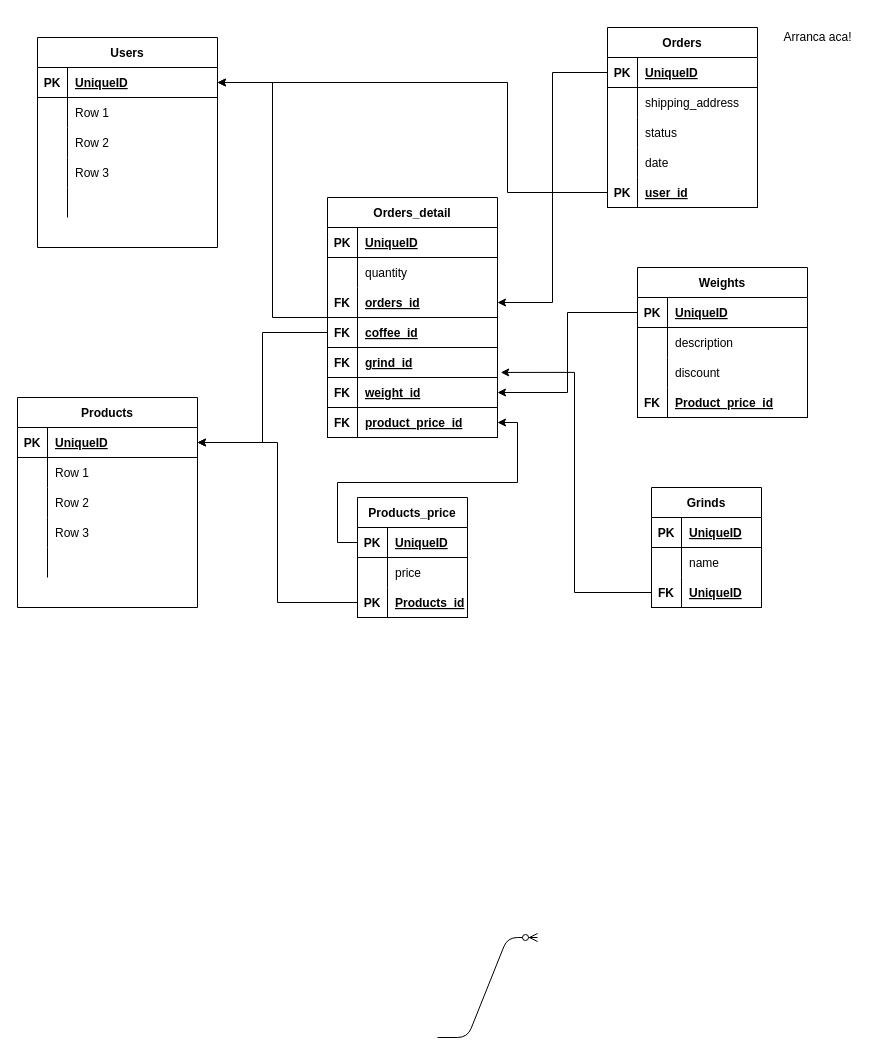
Before: Untitled Diagram.drawio in lcarpignano/grupo-9-devCoffee, a draw.io diagram. Source tidied: cells renumbered, new cells numbered last; positions are measured from the earlier drawing's top-left corner, leaving out a move shared by most shapes. Both pictures are drawn from the tidied source at 100%, with x=0, y=0 at pixel (17, 27).
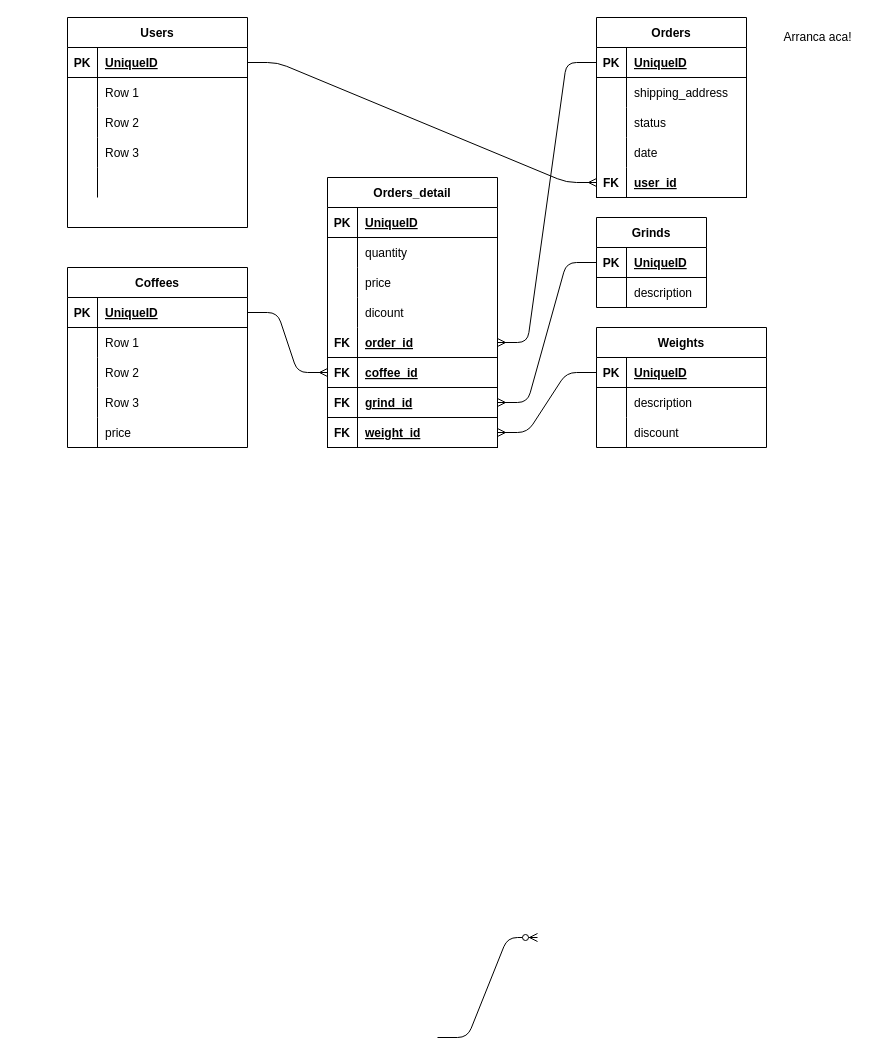
After the change.

Unchanged cells that the change refers to:
```xml
<mxCell id="3" style="shape=partialRectangle;fillColor=none;top=0;left=0;bottom=1;right=0;points=[[0,0.5],[1,0.5]];portConstraint=eastwest;" parent="2" vertex="1">
  <mxGeometry y="30" width="180" height="30" as="geometry" />
</mxCell>
<mxCell id="15" style="shape=partialRectangle;fillColor=none;top=0;left=0;bottom=0;right=0;" parent="2" vertex="1">
  <mxGeometry y="150" width="180" height="30" as="geometry" />
</mxCell>
<mxCell id="20" style="shape=partialRectangle;fillColor=none;top=0;left=0;bottom=1;right=0;points=[[0,0.5],[1,0.5]];portConstraint=eastwest;" parent="19" vertex="1">
  <mxGeometry y="30" width="170" height="30" as="geometry" />
</mxCell>
<mxCell id="33" style="shape=partialRectangle;fillColor=none;top=0;left=0;bottom=1;right=0;points=[[0,0.5],[1,0.5]];portConstraint=eastwest;" parent="32" vertex="1">
  <mxGeometry y="30" width="110" height="30" as="geometry" />
</mxCell>
<mxCell id="36" style="shape=partialRectangle;fillColor=none;top=0;left=0;bottom=0;right=0;" parent="32" vertex="1">
  <mxGeometry y="60" width="110" height="30" as="geometry" />
</mxCell>
<mxCell id="53" style="shape=partialRectangle;fillColor=none;top=0;left=0;bottom=1;right=0;points=[[0,0.5],[1,0.5]];portConstraint=eastwest;" parent="52" vertex="1">
  <mxGeometry y="30" width="180" height="30" as="geometry" />
</mxCell>
<mxCell id="69" style="shape=partialRectangle;fillColor=none;top=0;left=0;bottom=1;right=0;points=[[0,0.5],[1,0.5]];portConstraint=eastwest;" parent="68" vertex="1">
  <mxGeometry y="30" width="150" height="30" as="geometry" />
</mxCell>
<mxCell id="81" style="shape=partialRectangle;fillColor=none;top=0;left=0;bottom=1;right=0;points=[[0,0.5],[1,0.5]];portConstraint=eastwest;" parent="68" vertex="1">
  <mxGeometry y="150" width="150" height="30" as="geometry" />
</mxCell>
```

Diff of the diagram source:
```diff
@@
+    <mxCell id="111" style="edgeStyle=entityRelationEdgeStyle;fontSize=12;html=1;endArrow=ERmany;exitX=0;exitY=0.5;exitDx=0;exitDy=0;entryX=1;entryY=0.5;entryDx=0;entryDy=0;" parent="1" edge="1" source="20" target="105">
+      <mxGeometry relative="1" as="geometry" />
+    </mxCell>
-    <mxCell id="2" value="Products" style="shape=table;startSize=30;childLayout=tableLayout;rowLines=0;fontStyle=1;align=center;" parent="1" vertex="1">
-      <mxGeometry y="370" width="180" height="210" as="geometry" />
+    <mxCell id="2" value="Coffees" style="shape=table;startSize=30;childLayout=tableLayout;rowLines=0;fontStyle=1;align=center;" parent="1" vertex="1">
+      <mxGeometry x="50" y="240" width="180" height="180" as="geometry" />
     </mxCell>
@@
-    <mxCell id="16" style="shape=partialRectangle;fillColor=none;top=0;left=0;bottom=0;right=0;overflow=hidden;" parent="15" vertex="1">
-      <mxGeometry width="30" height="30" as="geometry" />
-    </mxCell>
-    <mxCell id="17" style="shape=partialRectangle;fillColor=none;top=0;left=0;bottom=0;right=0;align=left;spacingLeft=6;overflow=hidden;" parent="15" vertex="1">
-      <mxGeometry x="30" width="150" height="30" as="geometry" />
-    </mxCell>
+    <mxCell id="115" style="shape=partialRectangle;fillColor=none;top=0;left=0;bottom=0;right=0;overflow=hidden;" parent="15" vertex="1">
+      <mxGeometry width="30" height="30" as="geometry" />
+    </mxCell>
+    <mxCell id="116" value="price" style="shape=partialRectangle;fillColor=none;top=0;left=0;bottom=0;right=0;align=left;spacingLeft=6;overflow=hidden;" parent="15" vertex="1">
+      <mxGeometry x="30" width="150" height="30" as="geometry" />
+    </mxCell>
@@
     <mxCell id="19" value="Weights" style="shape=table;startSize=30;childLayout=tableLayout;rowLines=0;fontStyle=1;align=center;" parent="1" vertex="1">
-      <mxGeometry x="620" y="240" width="170" height="150" as="geometry" />
+      <mxGeometry x="579" y="300" width="170" height="120" as="geometry" />
     </mxCell>
@@
-    <mxCell id="29" style="shape=partialRectangle;fillColor=none;top=0;left=0;bottom=1;right=0;" parent="19" vertex="1">
-      <mxGeometry y="120" width="170" height="30" as="geometry" />
-    </mxCell>
-    <mxCell id="30" value="FK" style="shape=partialRectangle;fillColor=none;top=0;left=0;bottom=0;right=0;fontStyle=1;overflow=hidden;" parent="29" vertex="1">
-      <mxGeometry width="30" height="30" as="geometry" />
-    </mxCell>
-    <mxCell id="31" value="Product_price_id" style="shape=partialRectangle;fillColor=none;top=0;left=0;bottom=0;right=0;align=left;spacingLeft=6;fontStyle=5;overflow=hidden;" parent="29" vertex="1">
-      <mxGeometry x="30" width="140" height="30" as="geometry" />
-    </mxCell>
     <mxCell id="32" value="Grinds" style="shape=table;startSize=30;childLayout=tableLayout;rowLines=0;fontStyle=1;align=center;" parent="1" vertex="1">
-      <mxGeometry x="634" y="460" width="110" height="120" as="geometry" />
+      <mxGeometry x="579" y="190" width="110" height="90" as="geometry" />
     </mxCell>
@@
-    <mxCell id="38" value="name" style="shape=partialRectangle;fillColor=none;top=0;left=0;bottom=0;right=0;align=left;spacingLeft=6;overflow=hidden;" parent="36" vertex="1">
+    <mxCell id="38" value="description" style="shape=partialRectangle;fillColor=none;top=0;left=0;bottom=0;right=0;align=left;spacingLeft=6;overflow=hidden;" parent="36" vertex="1">
       <mxGeometry x="30" width="80" height="30" as="geometry" />
     </mxCell>
-    <mxCell id="39" style="shape=partialRectangle;fillColor=none;top=0;left=0;bottom=1;right=0;points=[[0,0.5],[1,0.5]];portConstraint=eastwest;" parent="32" vertex="1">
-      <mxGeometry y="90" width="110" height="30" as="geometry" />
-    </mxCell>
-    <mxCell id="40" value="FK" style="shape=partialRectangle;fillColor=none;top=0;left=0;bottom=0;right=0;fontStyle=1;overflow=hidden;" parent="39" vertex="1">
-      <mxGeometry width="30" height="30" as="geometry" />
-    </mxCell>
-    <mxCell id="41" value="UniqueID" style="shape=partialRectangle;fillColor=none;top=0;left=0;bottom=0;right=0;align=left;spacingLeft=6;fontStyle=5;overflow=hidden;" parent="39" vertex="1">
-      <mxGeometry x="30" width="80" height="30" as="geometry" />
-    </mxCell>
-    <mxCell id="42" value="Products_price" style="shape=table;startSize=30;childLayout=tableLayout;rowLines=0;fontStyle=1;align=center;" parent="1" vertex="1">
-      <mxGeometry x="340" y="470" width="110" height="120" as="geometry" />
-    </mxCell>
-    <mxCell id="43" style="shape=partialRectangle;fillColor=none;top=0;left=0;bottom=1;right=0;points=[[0,0.5],[1,0.5]];portConstraint=eastwest;" parent="42" vertex="1">
-      <mxGeometry y="30" width="110" height="30" as="geometry" />
-    </mxCell>
-    <mxCell id="44" value="PK" style="shape=partialRectangle;fillColor=none;top=0;left=0;bottom=0;right=0;fontStyle=1;overflow=hidden;" parent="43" vertex="1">
-      <mxGeometry width="30" height="30" as="geometry" />
-    </mxCell>
-    <mxCell id="45" value="UniqueID" style="shape=partialRectangle;fillColor=none;top=0;left=0;bottom=0;right=0;align=left;spacingLeft=6;fontStyle=5;overflow=hidden;" parent="43" vertex="1">
-      <mxGeometry x="30" width="80" height="30" as="geometry" />
-    </mxCell>
-    <mxCell id="46" style="shape=partialRectangle;fillColor=none;top=0;left=0;bottom=0;right=0;" parent="42" vertex="1">
-      <mxGeometry y="60" width="110" height="30" as="geometry" />
-    </mxCell>
-    <mxCell id="47" style="shape=partialRectangle;fillColor=none;top=0;left=0;bottom=0;right=0;overflow=hidden;" parent="46" vertex="1">
-      <mxGeometry width="30" height="30" as="geometry" />
-    </mxCell>
-    <mxCell id="48" value="price" style="shape=partialRectangle;fillColor=none;top=0;left=0;bottom=0;right=0;align=left;spacingLeft=6;overflow=hidden;" parent="46" vertex="1">
-      <mxGeometry x="30" width="80" height="30" as="geometry" />
-    </mxCell>
-    <mxCell id="49" style="shape=partialRectangle;fillColor=none;top=0;left=0;bottom=1;right=0;points=[[0,0.5],[1,0.5]];portConstraint=eastwest;" parent="42" vertex="1">
-      <mxGeometry y="90" width="110" height="30" as="geometry" />
-    </mxCell>
-    <mxCell id="50" value="PK" style="shape=partialRectangle;fillColor=none;top=0;left=0;bottom=0;right=0;fontStyle=1;overflow=hidden;" parent="49" vertex="1">
-      <mxGeometry width="30" height="30" as="geometry" />
-    </mxCell>
-    <mxCell id="51" value="Products_id" style="shape=partialRectangle;fillColor=none;top=0;left=0;bottom=0;right=0;align=left;spacingLeft=6;fontStyle=5;overflow=hidden;" parent="49" vertex="1">
-      <mxGeometry x="30" width="80" height="30" as="geometry" />
-    </mxCell>
     <mxCell id="52" value="Users" style="shape=table;startSize=30;childLayout=tableLayout;rowLines=0;fontStyle=1;align=center;" parent="1" vertex="1">
-      <mxGeometry x="20" y="10" width="180" height="210" as="geometry" />
+      <mxGeometry x="50" y="-10" width="180" height="210" as="geometry" />
     </mxCell>
@@
     <mxCell id="68" value="Orders" style="shape=table;startSize=30;childLayout=tableLayout;rowLines=0;fontStyle=1;align=center;" parent="1" vertex="1">
-      <mxGeometry x="590" width="150" height="180" as="geometry" />
+      <mxGeometry x="579" y="-10" width="150" height="180" as="geometry" />
     </mxCell>
@@
-    <mxCell id="82" value="PK" style="shape=partialRectangle;fillColor=none;top=0;left=0;bottom=0;right=0;fontStyle=1;overflow=hidden;" parent="81" vertex="1">
+    <mxCell id="82" value="FK" style="shape=partialRectangle;fillColor=none;top=0;left=0;bottom=0;right=0;fontStyle=1;overflow=hidden;" parent="81" vertex="1">
       <mxGeometry width="30" height="30" as="geometry" />
     </mxCell>
@@
-    <mxCell id="84" style="edgeStyle=orthogonalEdgeStyle;rounded=0;jettySize=auto;html=1;exitX=0;exitY=0.5;exitDx=0;exitDy=0;entryX=1;entryY=0.5;entryDx=0;entryDy=0;" parent="1" edge="1" source="89" target="53">
-      <mxGeometry relative="1" as="geometry" />
-    </mxCell>
-    <mxCell id="85" style="edgeStyle=orthogonalEdgeStyle;rounded=0;jettySize=auto;html=1;entryX=1;entryY=0.5;entryDx=0;entryDy=0;" parent="1" edge="1" source="99" target="3">
-      <mxGeometry relative="1" as="geometry" />
-    </mxCell>
-    <mxCell id="86" style="edgeStyle=orthogonalEdgeStyle;rounded=0;jettySize=auto;html=1;exitX=0;exitY=0.5;exitDx=0;exitDy=0;entryX=1;entryY=0.5;entryDx=0;entryDy=0;" parent="1" edge="1" source="49" target="3">
-      <mxGeometry relative="1" as="geometry" />
-    </mxCell>
-    <mxCell id="87" style="edgeStyle=orthogonalEdgeStyle;rounded=0;jettySize=auto;html=1;exitX=0;exitY=0.5;exitDx=0;exitDy=0;entryX=1.019;entryY=0.831;entryDx=0;entryDy=0;entryPerimeter=0;" parent="1" edge="1" source="39" target="102">
-      <mxGeometry relative="1" as="geometry" />
-    </mxCell>
-    <mxCell id="88" style="edgeStyle=orthogonalEdgeStyle;rounded=0;jettySize=auto;html=1;entryX=1;entryY=0.5;entryDx=0;entryDy=0;" parent="1" edge="1" source="43" target="108">
-      <mxGeometry relative="1" as="geometry" />
-    </mxCell>
     <mxCell id="89" value="Orders_detail" style="shape=table;startSize=30;childLayout=tableLayout;rowLines=0;fontStyle=1;align=center;" parent="1" vertex="1">
-      <mxGeometry x="310" y="170" width="170" height="240" as="geometry" />
+      <mxGeometry x="310" y="150" width="170" height="270" as="geometry" />
     </mxCell>
@@
+    <mxCell id="117" style="shape=partialRectangle;fillColor=none;top=0;left=0;bottom=0;right=0;" parent="89" vertex="1">
+      <mxGeometry y="90" width="170" height="30" as="geometry" />
+    </mxCell>
+    <mxCell id="118" style="shape=partialRectangle;fillColor=none;top=0;left=0;bottom=0;right=0;overflow=hidden;" parent="117" vertex="1">
+      <mxGeometry width="30" height="30" as="geometry" />
+    </mxCell>
+    <mxCell id="119" value="price" style="shape=partialRectangle;fillColor=none;top=0;left=0;bottom=0;right=0;align=left;spacingLeft=6;overflow=hidden;" parent="117" vertex="1">
+      <mxGeometry x="30" width="140" height="30" as="geometry" />
+    </mxCell>
+    <mxCell id="120" style="shape=partialRectangle;fillColor=none;top=0;left=0;bottom=0;right=0;" parent="89" vertex="1">
+      <mxGeometry y="120" width="170" height="30" as="geometry" />
+    </mxCell>
+    <mxCell id="121" style="shape=partialRectangle;fillColor=none;top=0;left=0;bottom=0;right=0;overflow=hidden;" parent="120" vertex="1">
+      <mxGeometry width="30" height="30" as="geometry" />
+    </mxCell>
+    <mxCell id="122" value="dicount" style="shape=partialRectangle;fillColor=none;top=0;left=0;bottom=0;right=0;align=left;spacingLeft=6;overflow=hidden;" parent="120" vertex="1">
+      <mxGeometry x="30" width="140" height="30" as="geometry" />
+    </mxCell>
     <mxCell id="96" style="shape=partialRectangle;fillColor=none;top=0;left=0;bottom=1;right=0;points=[[0,0.5],[1,0.5]];portConstraint=eastwest;" parent="89" vertex="1">
-      <mxGeometry y="90" width="170" height="30" as="geometry" />
+      <mxGeometry y="150" width="170" height="30" as="geometry" />
     </mxCell>
@@
-    <mxCell id="98" value="orders_id" style="shape=partialRectangle;fillColor=none;top=0;left=0;bottom=0;right=0;align=left;spacingLeft=6;fontStyle=5;overflow=hidden;" parent="96" vertex="1">
+    <mxCell id="98" value="order_id" style="shape=partialRectangle;fillColor=none;top=0;left=0;bottom=0;right=0;align=left;spacingLeft=6;fontStyle=5;overflow=hidden;" parent="96" vertex="1">
       <mxGeometry x="30" width="140" height="30" as="geometry" />
     </mxCell>
     <mxCell id="99" style="shape=partialRectangle;fillColor=none;top=0;left=0;bottom=1;right=0;points=[[0,0.5],[1,0.5]];portConstraint=eastwest;" parent="89" vertex="1">
-      <mxGeometry y="120" width="170" height="30" as="geometry" />
+      <mxGeometry y="180" width="170" height="30" as="geometry" />
     </mxCell>
@@
     <mxCell id="102" style="shape=partialRectangle;fillColor=none;top=0;left=0;bottom=1;right=0;points=[[0,0.5],[1,0.5]];portConstraint=eastwest;" parent="89" vertex="1">
-      <mxGeometry y="150" width="170" height="30" as="geometry" />
+      <mxGeometry y="210" width="170" height="30" as="geometry" />
     </mxCell>
@@
     <mxCell id="105" style="shape=partialRectangle;fillColor=none;top=0;left=0;bottom=1;right=0;points=[[0,0.5],[1,0.5]];portConstraint=eastwest;" parent="89" vertex="1">
-      <mxGeometry y="180" width="170" height="30" as="geometry" />
+      <mxGeometry y="240" width="170" height="30" as="geometry" />
     </mxCell>
@@
-    <mxCell id="108" style="shape=partialRectangle;fillColor=none;top=0;left=0;bottom=1;right=0;points=[[0,0.5],[1,0.5]];portConstraint=eastwest;" parent="89" vertex="1">
-      <mxGeometry y="210" width="170" height="30" as="geometry" />
-    </mxCell>
-    <mxCell id="109" value="FK" style="shape=partialRectangle;fillColor=none;top=0;left=0;bottom=0;right=0;fontStyle=1;overflow=hidden;" parent="108" vertex="1">
-      <mxGeometry width="30" height="30" as="geometry" />
-    </mxCell>
-    <mxCell id="110" value="product_price_id" style="shape=partialRectangle;fillColor=none;top=0;left=0;bottom=0;right=0;align=left;spacingLeft=6;fontStyle=5;overflow=hidden;" parent="108" vertex="1">
-      <mxGeometry x="30" width="140" height="30" as="geometry" />
-    </mxCell>
-    <mxCell id="111" style="edgeStyle=orthogonalEdgeStyle;rounded=0;jettySize=auto;html=1;exitX=0;exitY=0.5;exitDx=0;exitDy=0;entryX=1;entryY=0.5;entryDx=0;entryDy=0;" parent="1" edge="1" source="20" target="105">
-      <mxGeometry relative="1" as="geometry" />
-    </mxCell>
+    <mxCell id="114" value="Arranca aca!" style="text;html=1;align=center;verticalAlign=middle;" parent="1" vertex="1">
+      <mxGeometry x="760" width="80" height="20" as="geometry" />
+    </mxCell>
+    <mxCell id="123" style="edgeStyle=entityRelationEdgeStyle;fontSize=12;html=1;endArrow=ERmany;entryX=0;entryY=0.5;entryDx=0;entryDy=0;exitX=1;exitY=0.5;exitDx=0;exitDy=0;" parent="1" edge="1" source="53" target="81">
+      <mxGeometry relative="1" as="geometry" />
+    </mxCell>
-    <mxCell id="112" style="edgeStyle=orthogonalEdgeStyle;rounded=0;jettySize=auto;html=1;exitX=0;exitY=0.5;exitDx=0;exitDy=0;entryX=1;entryY=0.5;entryDx=0;entryDy=0;" parent="1" edge="1" source="69" target="96">
+    <mxCell id="112" style="edgeStyle=entityRelationEdgeStyle;fontSize=12;html=1;endArrow=ERmany;entryX=1;entryY=0.5;entryDx=0;entryDy=0;exitX=0;exitY=0.5;exitDx=0;exitDy=0;" parent="1" edge="1" source="69" target="96">
       <mxGeometry relative="1" as="geometry" />
     </mxCell>
-    <mxCell id="113" style="edgeStyle=orthogonalEdgeStyle;rounded=0;jettySize=auto;html=1;entryX=1;entryY=0.5;entryDx=0;entryDy=0;" parent="1" edge="1" source="81" target="53">
-      <mxGeometry relative="1" as="geometry">
-        <Array as="points">
-          <mxPoint x="490" y="165" />
-          <mxPoint x="490" y="55" />
-        </Array>
-      </mxGeometry>
-    </mxCell>
-    <mxCell id="114" value="Arranca aca!" style="text;html=1;align=center;verticalAlign=middle;" parent="1" vertex="1">
-      <mxGeometry x="760" width="80" height="20" as="geometry" />
-    </mxCell>
+    <mxCell id="124" style="edgeStyle=entityRelationEdgeStyle;fontSize=12;html=1;endArrow=ERmany;exitX=0;exitY=0.5;exitDx=0;exitDy=0;entryX=1;entryY=0.5;entryDx=0;entryDy=0;" parent="1" edge="1" source="33" target="102">
+      <mxGeometry relative="1" as="geometry" />
+    </mxCell>
+    <mxCell id="125" style="edgeStyle=entityRelationEdgeStyle;fontSize=12;html=1;endArrow=ERmany;exitX=1;exitY=0.5;exitDx=0;exitDy=0;entryX=0;entryY=0.5;entryDx=0;entryDy=0;" parent="1" edge="1" source="3" target="99">
+      <mxGeometry relative="1" as="geometry" />
+    </mxCell>
```
